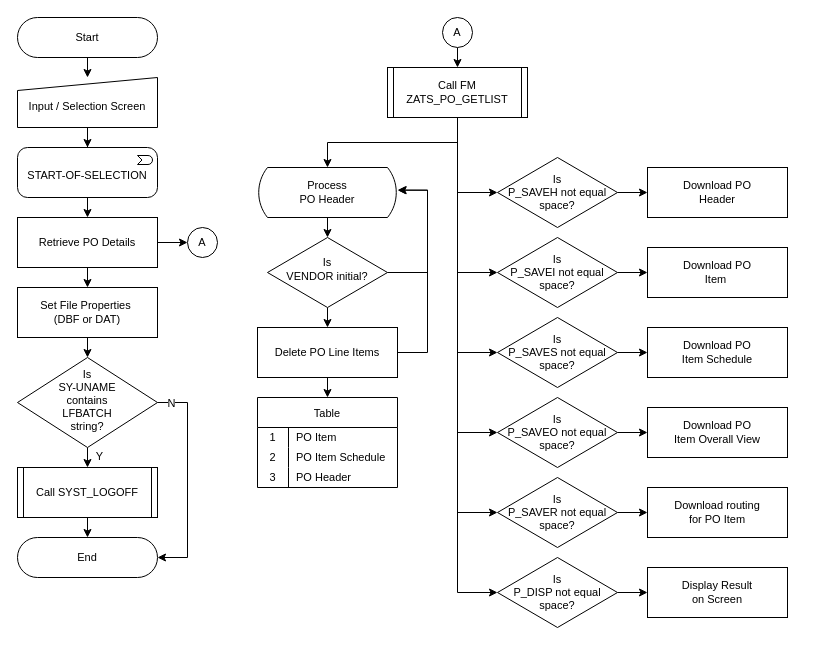
Above: MM-E903.drawio in ivanpilariza/assignment (draw.io), before the change. Source tidied: cells renumbered, new cells numbered last; positions are measured from the earlier drawing's top-left corner, leaving out a move shared by most shapes. Both pictures are drawn from the tidied source at 100%, with x=0, y=0 at pixel (17, 17).
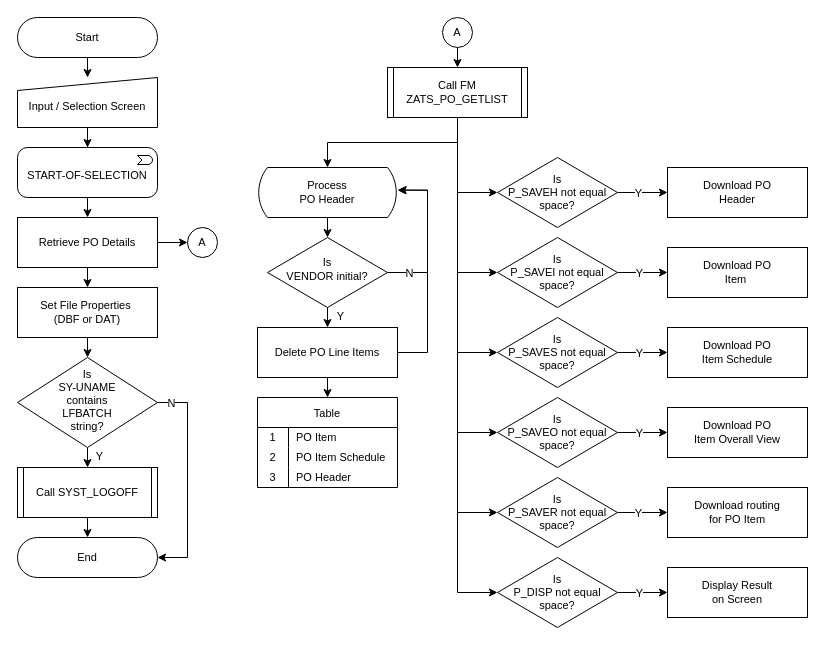
The same diagram, later.

The change refers to these unchanged cells:
```xml
<mxCell id="24" style="edgeStyle=orthogonalEdgeStyle;rounded=0;jettySize=auto;html=1;exitX=1;exitY=0.5;exitDx=0;exitDy=0;entryX=1.005;entryY=0.453;entryDx=0;entryDy=0;entryPerimeter=0;" parent="1" edge="1" source="21" target="19">
  <mxGeometry relative="1" as="geometry">
    <Array as="points">
      <mxPoint x="410" y="255" />
      <mxPoint x="410" y="173" />
    </Array>
  </mxGeometry>
</mxCell>
<mxCell id="28" style="edgeStyle=orthogonalEdgeStyle;rounded=0;jettySize=auto;html=1;exitX=1;exitY=0.5;exitDx=0;exitDy=0;entryX=0;entryY=0.5;entryDx=0;entryDy=0;" parent="1" edge="1" source="29" target="46">
  <mxGeometry relative="1" as="geometry" />
</mxCell>
<mxCell id="30" style="edgeStyle=orthogonalEdgeStyle;rounded=0;jettySize=auto;html=1;exitX=1;exitY=0.5;exitDx=0;exitDy=0;entryX=0;entryY=0.5;entryDx=0;entryDy=0;" parent="1" edge="1" source="31" target="45">
  <mxGeometry relative="1" as="geometry" />
</mxCell>
<mxCell id="32" style="edgeStyle=orthogonalEdgeStyle;rounded=0;jettySize=auto;html=1;exitX=1;exitY=0.5;exitDx=0;exitDy=0;entryX=0;entryY=0.5;entryDx=0;entryDy=0;" parent="1" edge="1" source="33" target="44">
  <mxGeometry relative="1" as="geometry" />
</mxCell>
<mxCell id="34" style="edgeStyle=orthogonalEdgeStyle;rounded=0;jettySize=auto;html=1;exitX=1;exitY=0.5;exitDx=0;exitDy=0;entryX=0;entryY=0.5;entryDx=0;entryDy=0;" parent="1" edge="1" source="35" target="43">
  <mxGeometry relative="1" as="geometry" />
</mxCell>
<mxCell id="36" style="edgeStyle=orthogonalEdgeStyle;rounded=0;jettySize=auto;html=1;exitX=1;exitY=0.5;exitDx=0;exitDy=0;entryX=0;entryY=0.5;entryDx=0;entryDy=0;" parent="1" edge="1" source="37" target="42">
  <mxGeometry relative="1" as="geometry" />
</mxCell>
<mxCell id="38" style="edgeStyle=orthogonalEdgeStyle;rounded=0;jettySize=auto;html=1;exitX=1;exitY=0.5;exitDx=0;exitDy=0;entryX=0;entryY=0.5;entryDx=0;entryDy=0;" parent="1" edge="1" source="39" target="41">
  <mxGeometry relative="1" as="geometry" />
</mxCell>
```

The edit, as a diff of the source:
```diff
@@
+    <mxCell id="69" value="N" style="edgeLabel;html=1;align=center;verticalAlign=middle;" parent="24" vertex="1">
+      <mxGeometry x="-0.72" relative="1" as="geometry" />
+    </mxCell>
@@
+    <mxCell id="70" value="Y" style="edgeLabel;html=1;align=center;verticalAlign=middle;" parent="28" vertex="1">
+      <mxGeometry x="-0.2" relative="1" as="geometry" />
+    </mxCell>
@@
+    <mxCell id="71" value="Y" style="edgeLabel;html=1;align=center;verticalAlign=middle;" parent="30" vertex="1">
+      <mxGeometry x="-0.16" relative="1" as="geometry" />
+    </mxCell>
@@
+    <mxCell id="72" value="Y" style="edgeLabel;html=1;align=center;verticalAlign=middle;" parent="32" vertex="1">
+      <mxGeometry x="-0.16" relative="1" as="geometry" />
+    </mxCell>
@@
+    <mxCell id="73" value="Y" style="edgeLabel;html=1;align=center;verticalAlign=middle;" parent="34" vertex="1">
+      <mxGeometry x="-0.16" relative="1" as="geometry" />
+    </mxCell>
@@
+    <mxCell id="74" value="Y" style="edgeLabel;html=1;align=center;verticalAlign=middle;" parent="36" vertex="1">
+      <mxGeometry x="-0.2" relative="1" as="geometry" />
+    </mxCell>
@@
+    <mxCell id="75" value="Y" style="edgeLabel;html=1;align=center;verticalAlign=middle;" parent="38" vertex="1">
+      <mxGeometry x="-0.16" relative="1" as="geometry" />
+    </mxCell>
@@
     <mxCell id="41" value="&lt;font style=&quot;font-size: 11px;&quot;&gt;Display Result &lt;br&gt;on Screen&lt;br&gt;&lt;/font&gt;" style="shape=process;whiteSpace=wrap;html=1;backgroundOutline=1;fontSize=11;size=0;" parent="1" vertex="1">
-      <mxGeometry x="630" y="550" width="140" height="50" as="geometry" />
+      <mxGeometry x="650" y="550" width="140" height="50" as="geometry" />
     </mxCell>
     <mxCell id="42" value="&lt;font style=&quot;font-size: 11px;&quot;&gt;Download routing &lt;br&gt;for PO Item&lt;br&gt;&lt;/font&gt;" style="shape=process;whiteSpace=wrap;html=1;backgroundOutline=1;fontSize=11;size=0;" parent="1" vertex="1">
-      <mxGeometry x="630" y="470" width="140" height="50" as="geometry" />
+      <mxGeometry x="650" y="470" width="140" height="50" as="geometry" />
     </mxCell>
     <mxCell id="43" value="&lt;font style=&quot;font-size: 11px;&quot;&gt;Download PO &lt;br&gt;Item Overall View&lt;br&gt;&lt;/font&gt;" style="shape=process;whiteSpace=wrap;html=1;backgroundOutline=1;fontSize=11;size=0;" parent="1" vertex="1">
-      <mxGeometry x="630" y="390" width="140" height="50" as="geometry" />
+      <mxGeometry x="650" y="390" width="140" height="50" as="geometry" />
     </mxCell>
     <mxCell id="44" value="&lt;font style=&quot;font-size: 11px;&quot;&gt;Download PO &lt;br&gt;Item Schedule&lt;br&gt;&lt;/font&gt;" style="shape=process;whiteSpace=wrap;html=1;backgroundOutline=1;fontSize=11;size=0;" parent="1" vertex="1">
-      <mxGeometry x="630" y="310" width="140" height="50" as="geometry" />
+      <mxGeometry x="650" y="310" width="140" height="50" as="geometry" />
     </mxCell>
     <mxCell id="45" value="&lt;font style=&quot;font-size: 11px;&quot;&gt;Download PO &lt;br&gt;Item&amp;nbsp;&lt;br&gt;&lt;/font&gt;" style="shape=process;whiteSpace=wrap;html=1;backgroundOutline=1;fontSize=11;size=0;" parent="1" vertex="1">
-      <mxGeometry x="630" y="230" width="140" height="50" as="geometry" />
+      <mxGeometry x="650" y="230" width="140" height="50" as="geometry" />
     </mxCell>
     <mxCell id="46" value="&lt;font style=&quot;font-size: 11px;&quot;&gt;Download PO &lt;br&gt;Header&lt;br&gt;&lt;/font&gt;" style="shape=process;whiteSpace=wrap;html=1;backgroundOutline=1;fontSize=11;size=0;" parent="1" vertex="1">
-      <mxGeometry x="630" y="150" width="140" height="50" as="geometry" />
+      <mxGeometry x="650" y="150" width="140" height="50" as="geometry" />
     </mxCell>
@@
+    <mxCell id="76" value="Y" style="text;html=1;align=center;verticalAlign=middle;strokeColor=none;fillColor=none;fontSize=11;" parent="1" vertex="1">
+      <mxGeometry x="308" y="284" width="30" height="30" as="geometry" />
+    </mxCell>
```
